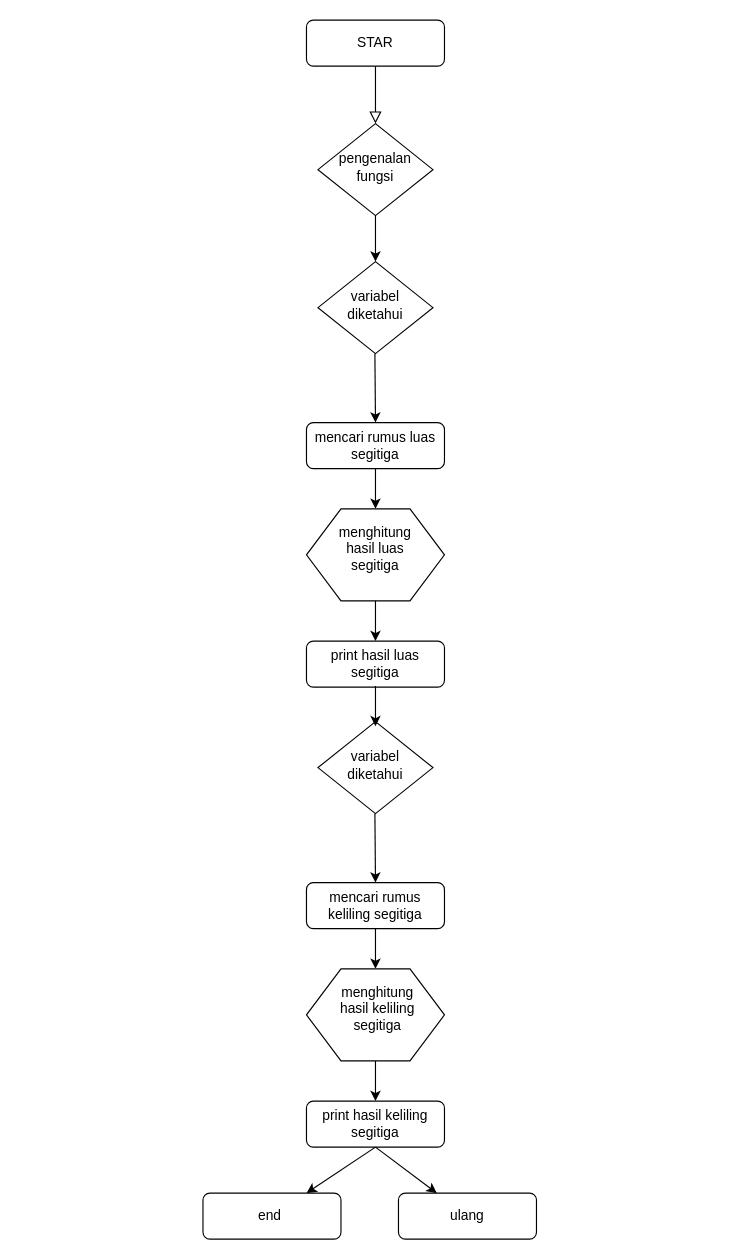
Earlier version of the draw.io diagram Untitled Diagram.drawio (rifaatulmahmudah0998/Siti-Rifatul-Mahmudah). Source tidied: cells renumbered, new cells numbered last; positions are measured from the earlier drawing's top-left corner, leaving out a move shared by most shapes. Both pictures are drawn from the tidied source at 115%, with x=0, y=0 at pixel (202, 20).
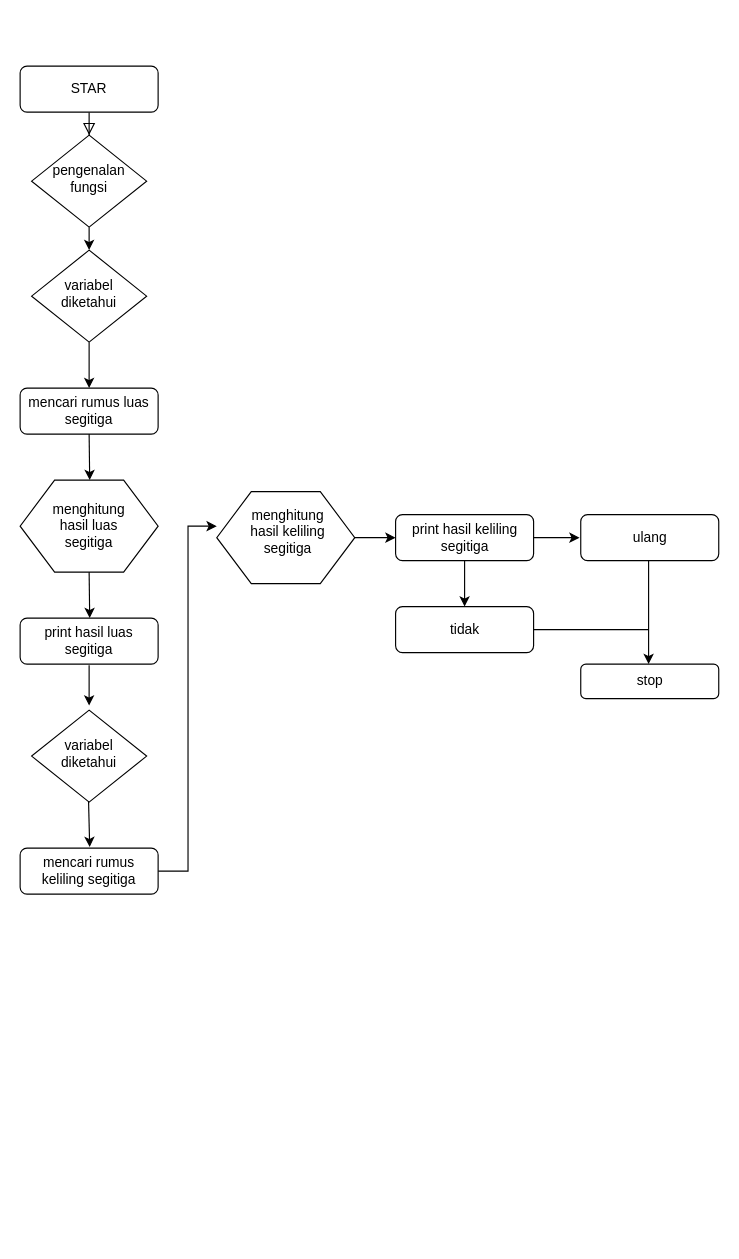
The same page after the edit.

Change to the diagram source:
```diff
@@
     <mxCell id="3" value="STAR" style="rounded=1;whiteSpace=wrap;html=1;fontSize=12;glass=0;strokeWidth=1;shadow=0;" parent="1" vertex="1">
-      <mxGeometry x="90" width="120" height="40" as="geometry" />
+      <mxGeometry x="-159" y="40" width="120" height="40" as="geometry" />
     </mxCell>
     <mxCell id="4" value="pengenalan fungsi" style="rhombus;whiteSpace=wrap;html=1;shadow=0;fontFamily=Helvetica;fontSize=12;align=center;strokeWidth=1;spacing=6;spacingTop=-4;" parent="1" vertex="1">
-      <mxGeometry x="100" y="90" width="100" height="80" as="geometry" />
+      <mxGeometry x="-149" y="100" width="100" height="80" as="geometry" />
     </mxCell>
     <mxCell id="5" value="variabel diketahui" style="rhombus;whiteSpace=wrap;html=1;shadow=0;fontFamily=Helvetica;fontSize=12;align=center;strokeWidth=1;spacing=6;spacingTop=-4;" parent="1" vertex="1">
-      <mxGeometry x="100" y="210" width="100" height="80" as="geometry" />
+      <mxGeometry x="-149" y="200" width="100" height="80" as="geometry" />
     </mxCell>
     <mxCell id="6" value="mencari rumus luas segitiga" style="rounded=1;whiteSpace=wrap;html=1;fontSize=12;glass=0;strokeWidth=1;shadow=0;" parent="1" vertex="1">
-      <mxGeometry x="90" y="350" width="120" height="40" as="geometry" />
+      <mxGeometry x="-159" y="320" width="120" height="40" as="geometry" />
     </mxCell>
-    <mxCell id="7" style="endArrow=classic;html=1;exitX=0.5;exitY=1;exitDx=0;exitDy=0;" parent="1" edge="1" source="6" target="8">
-      <mxGeometry relative="1" as="geometry" />
+    <mxCell id="7" style="endArrow=classic;html=1;exitX=0.5;exitY=1;exitDx=0;exitDy=0;" parent="1" edge="1" source="6">
+      <mxGeometry relative="1" as="geometry">
+        <mxPoint x="-98.5" y="400" as="targetPoint" />
+      </mxGeometry>
     </mxCell>
     <mxCell id="8" style="shape=hexagon;perimeter=hexagonPerimeter2;whiteSpace=wrap;html=1;" parent="1" vertex="1">
-      <mxGeometry x="90" y="425" width="120" height="80" as="geometry" />
+      <mxGeometry x="-159" y="400" width="120" height="80" as="geometry" />
     </mxCell>
     <mxCell id="9" value="menghitung hasil luas segitiga" style="text;html=1;strokeColor=none;fillColor=none;align=center;verticalAlign=middle;whiteSpace=wrap;rounded=0;" parent="1" vertex="1">
-      <mxGeometry x="120" y="440" width="60" height="40" as="geometry" />
+      <mxGeometry x="-129" y="420" width="60" height="40" as="geometry" />
     </mxCell>
     <mxCell id="10" style="endArrow=classic;html=1;entryX=0.5;entryY=0;entryDx=0;entryDy=0;" parent="1" edge="1" target="5">
       <mxGeometry relative="1" as="geometry">
-        <mxPoint x="150" y="170" as="sourcePoint" />
+        <mxPoint x="-99" y="180" as="sourcePoint" />
       </mxGeometry>
     </mxCell>
-    <mxCell id="11" style="endArrow=classic;html=1;entryX=0.5;entryY=0;entryDx=0;entryDy=0;" parent="1" edge="1" target="6">
-      <mxGeometry relative="1" as="geometry">
-        <mxPoint x="149.5" y="290" as="sourcePoint" />
-      </mxGeometry>
+    <mxCell id="11" style="endArrow=classic;html=1;entryX=0.5;entryY=0;entryDx=0;entryDy=0;exitX=0.5;exitY=1;exitDx=0;exitDy=0;" parent="1" edge="1" source="5" target="6">
+      <mxGeometry relative="1" as="geometry" />
     </mxCell>
     <mxCell id="12" value="print hasil luas segitiga" style="rounded=1;whiteSpace=wrap;html=1;fontSize=12;glass=0;strokeWidth=1;shadow=0;" parent="1" vertex="1">
-      <mxGeometry x="90" y="540" width="120" height="40" as="geometry" />
+      <mxGeometry x="-159" y="520" width="120" height="40" as="geometry" />
     </mxCell>
-    <mxCell id="13" style="endArrow=classic;html=1;exitX=0.5;exitY=1;exitDx=0;exitDy=0;" parent="1" edge="1" source="8" target="12">
-      <mxGeometry relative="1" as="geometry" />
+    <mxCell id="13" style="endArrow=classic;html=1;exitX=0.5;exitY=1;exitDx=0;exitDy=0;" parent="1" edge="1" source="8">
+      <mxGeometry relative="1" as="geometry">
+        <mxPoint x="-98.5" y="520" as="targetPoint" />
+      </mxGeometry>
     </mxCell>
     <mxCell id="14" value="variabel diketahui" style="rhombus;whiteSpace=wrap;html=1;shadow=0;fontFamily=Helvetica;fontSize=12;align=center;strokeWidth=1;spacing=6;spacingTop=-4;" parent="1" vertex="1">
-      <mxGeometry x="100" y="610" width="100" height="80" as="geometry" />
+      <mxGeometry x="-149" y="600" width="100" height="80" as="geometry" />
     </mxCell>
+    <mxCell id="27" style="edgeStyle=elbowEdgeStyle;rounded=0;jettySize=auto;html=1;" parent="1" edge="1" source="15">
+      <mxGeometry relative="1" as="geometry">
+        <mxPoint x="12" y="440" as="targetPoint" />
+        <Array as="points">
+          <mxPoint x="-13" y="470" />
+        </Array>
+      </mxGeometry>
+    </mxCell>
     <mxCell id="15" value="mencari rumus keliling segitiga" style="rounded=1;whiteSpace=wrap;html=1;fontSize=12;glass=0;strokeWidth=1;shadow=0;" parent="1" vertex="1">
-      <mxGeometry x="90" y="750" width="120" height="40" as="geometry" />
+      <mxGeometry x="-159" y="720" width="120" height="40" as="geometry" />
     </mxCell>
-    <mxCell id="16" style="endArrow=classic;html=1;exitX=0.5;exitY=1;exitDx=0;exitDy=0;" parent="1" edge="1" source="15">
-      <mxGeometry relative="1" as="geometry">
-        <mxPoint x="150" y="825" as="targetPoint" />
-      </mxGeometry>
-    </mxCell>
-    <mxCell id="17" style="endArrow=classic;html=1;entryX=0.5;entryY=0;entryDx=0;entryDy=0;" parent="1" edge="1" target="15">
+    <mxCell id="17" style="endArrow=classic;html=1;" parent="1" edge="1">
       <mxGeometry relative="1" as="geometry">
-        <mxPoint x="149.5" y="690" as="sourcePoint" />
+        <mxPoint x="-99.5" y="679" as="sourcePoint" />
+        <mxPoint x="-98.5" y="719" as="targetPoint" />
       </mxGeometry>
     </mxCell>
     <mxCell id="18" value="print hasil keliling segitiga" style="rounded=1;whiteSpace=wrap;html=1;fontSize=12;glass=0;strokeWidth=1;shadow=0;" parent="1" vertex="1">
-      <mxGeometry x="90" y="940" width="120" height="40" as="geometry" />
+      <mxGeometry x="167.5" y="430" width="120" height="40" as="geometry" />
     </mxCell>
-    <mxCell id="19" style="endArrow=classic;html=1;exitX=0.5;exitY=1;exitDx=0;exitDy=0;" parent="1" edge="1" target="18">
-      <mxGeometry relative="1" as="geometry">
-        <mxPoint x="150" y="905" as="sourcePoint" />
-      </mxGeometry>
+    <mxCell id="19" style="endArrow=classic;html=1;exitX=1;exitY=0.5;exitDx=0;exitDy=0;entryX=0;entryY=0.5;entryDx=0;entryDy=0;" parent="1" edge="1" source="21" target="18">
+      <mxGeometry relative="1" as="geometry" />
     </mxCell>
     <mxCell id="20" style="endArrow=classic;html=1;exitX=0.5;exitY=1;exitDx=0;exitDy=0;" parent="1" edge="1">
       <mxGeometry relative="1" as="geometry">
-        <mxPoint x="150" y="579" as="sourcePoint" />
-        <mxPoint x="150" y="614" as="targetPoint" />
+        <mxPoint x="-99" y="561" as="sourcePoint" />
+        <mxPoint x="-99" y="596" as="targetPoint" />
       </mxGeometry>
     </mxCell>
     <mxCell id="21" style="shape=hexagon;perimeter=hexagonPerimeter2;whiteSpace=wrap;html=1;" parent="1" vertex="1">
-      <mxGeometry x="90" y="825" width="120" height="80" as="geometry" />
+      <mxGeometry x="12" y="410" width="120" height="80" as="geometry" />
     </mxCell>
     <mxCell id="22" value="menghitung hasil keliling segitiga" style="text;html=1;strokeColor=none;fillColor=none;align=center;verticalAlign=middle;whiteSpace=wrap;rounded=0;" parent="1" vertex="1">
-      <mxGeometry x="117" y="840" width="70" height="40" as="geometry" />
+      <mxGeometry x="39" y="425" width="70" height="40" as="geometry" />
     </mxCell>
-    <mxCell id="23" value="end&amp;nbsp;" style="rounded=1;whiteSpace=wrap;html=1;fontSize=12;glass=0;strokeWidth=1;shadow=0;" parent="1" vertex="1">
-      <mxGeometry y="1020" width="120" height="40" as="geometry" />
+    <mxCell id="23" value="tidak" style="rounded=1;whiteSpace=wrap;html=1;fontSize=12;glass=0;strokeWidth=1;shadow=0;" parent="1" vertex="1">
+      <mxGeometry x="167.5" y="510" width="120" height="40" as="geometry" />
     </mxCell>
-    <mxCell id="24" style="endArrow=classic;html=1;exitX=0.5;exitY=1;exitDx=0;exitDy=0;" parent="1" edge="1" target="23">
+    <mxCell id="24" style="endArrow=classic;html=1;" parent="1" edge="1" target="23">
       <mxGeometry relative="1" as="geometry">
-        <mxPoint x="150" y="980" as="sourcePoint" />
+        <mxPoint x="227.5" y="470" as="sourcePoint" />
       </mxGeometry>
     </mxCell>
+    <mxCell id="28" style="edgeStyle=none;rounded=0;orthogonalLoop=1;jettySize=auto;html=1;exitX=0.5;exitY=1;exitDx=0;exitDy=0;" parent="1" edge="1">
+      <mxGeometry relative="1" as="geometry">
+        <mxPoint x="387.5" y="470" as="sourcePoint" />
+        <mxPoint x="387.5" y="560" as="targetPoint" />
+      </mxGeometry>
+    </mxCell>
     <mxCell id="25" value="ulang" style="rounded=1;whiteSpace=wrap;html=1;fontSize=12;glass=0;strokeWidth=1;shadow=0;" parent="1" vertex="1">
-      <mxGeometry x="170" y="1020" width="120" height="40" as="geometry" />
+      <mxGeometry x="328.5" y="430" width="120" height="40" as="geometry" />
     </mxCell>
-    <mxCell id="26" style="endArrow=classic;html=1;exitX=0.5;exitY=1;exitDx=0;exitDy=0;" parent="1" edge="1" source="18" target="25">
-      <mxGeometry relative="1" as="geometry" />
+    <mxCell id="26" style="endArrow=classic;html=1;exitX=1;exitY=0.5;exitDx=0;exitDy=0;" parent="1" edge="1" source="18">
+      <mxGeometry relative="1" as="geometry">
+        <mxPoint x="327.5" y="450" as="targetPoint" />
+      </mxGeometry>
     </mxCell>
+    <mxCell id="29" style="endArrow=none;html=1;" parent="1" edge="1">
+      <mxGeometry relative="1" as="geometry">
+        <mxPoint x="287.5" y="530" as="sourcePoint" />
+        <mxPoint x="387.5" y="530" as="targetPoint" />
+      </mxGeometry>
+    </mxCell>
+    <mxCell id="30" value="stop" style="rounded=1;whiteSpace=wrap;html=1;" parent="1" vertex="1">
+      <mxGeometry x="328.5" y="560" width="120" height="30" as="geometry" />
+    </mxCell>
```
